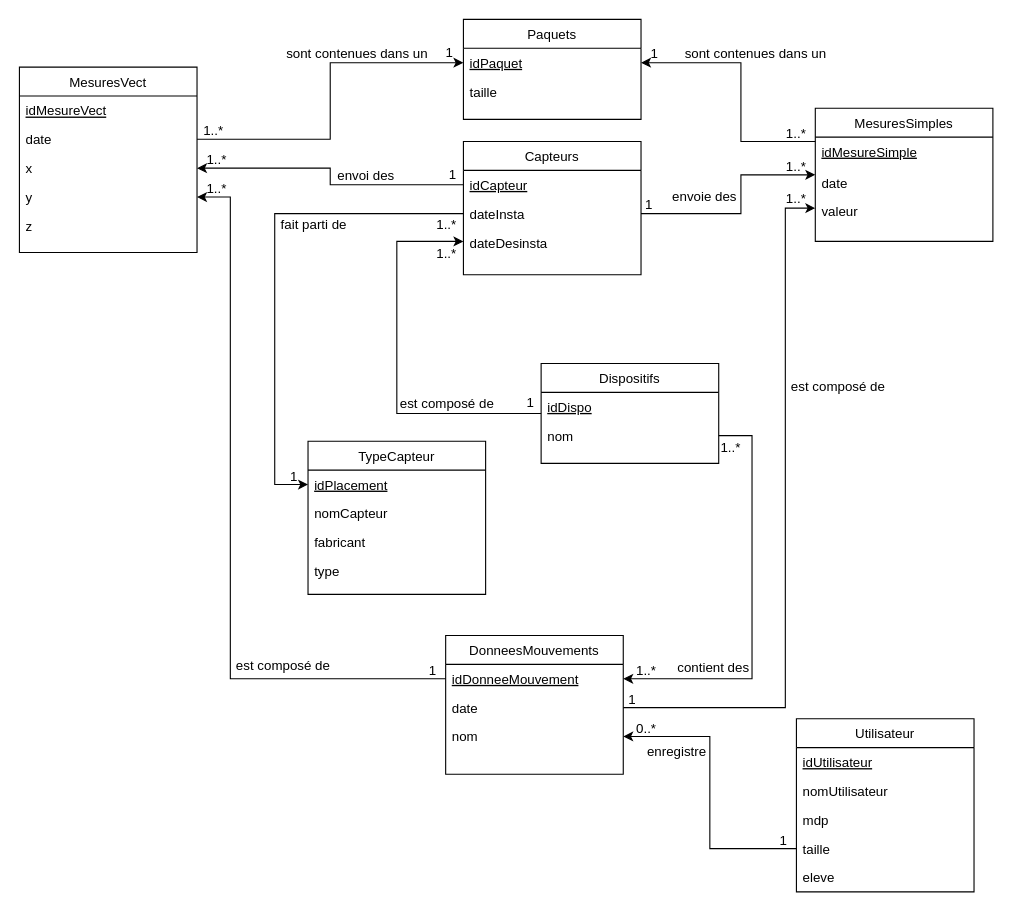
This is Schémas/schéma conceptuel.drawio from EnyoYoen/P2I-Gamers, a draw.io file, before an edit. Source tidied: cells renumbered, new cells numbered last; positions are measured from the earlier drawing's top-left corner, leaving out a move shared by most shapes. Both pictures are drawn from the tidied source at 111%, with x=0, y=0 at pixel (19, 19).
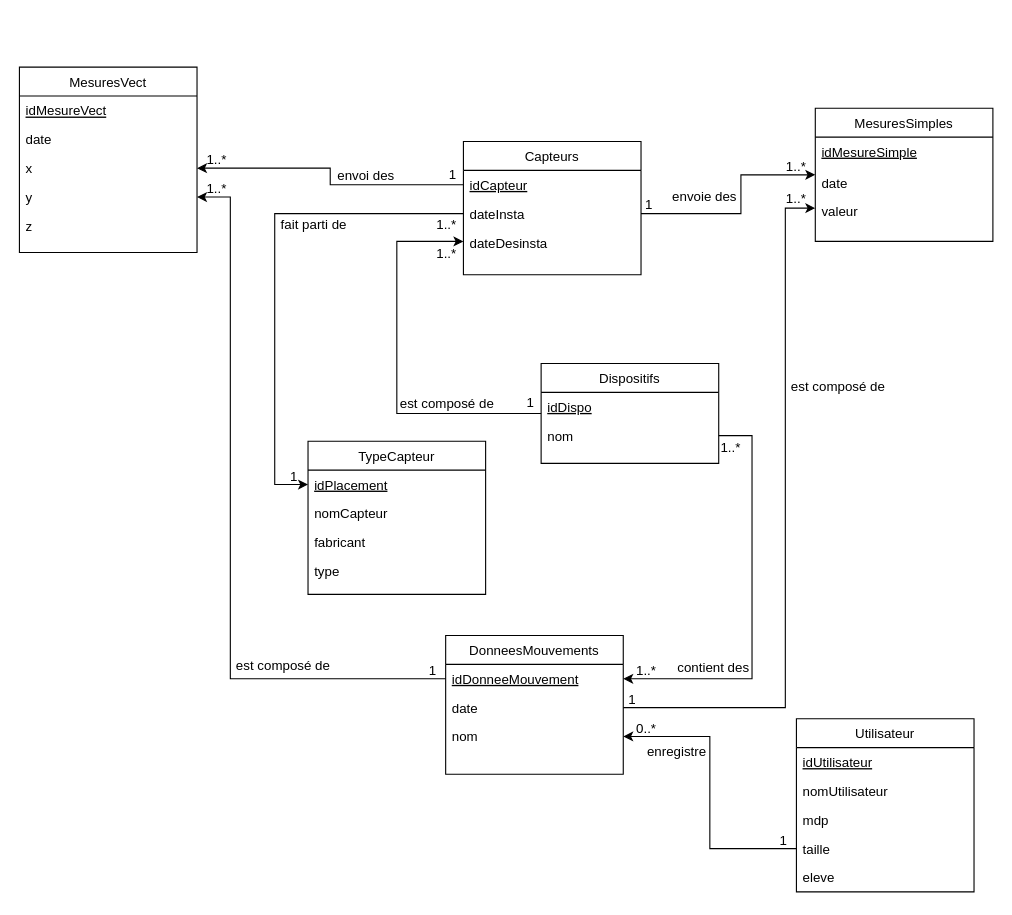
After the change.

The change refers to these unchanged cells:
```xml
<mxCell id="15" value="MesuresSimples" style="swimlane;fontStyle=0;align=center;verticalAlign=top;horizontal=1;startSize=26;rounded=0;shadow=0;strokeWidth=1;" parent="1" vertex="1">
  <mxGeometry x="717" y="80" width="160" height="120" as="geometry" />
</mxCell>
```

Diff of the diagram source:
```diff
@@
-    <mxCell id="6" value="Paquets" style="swimlane;fontStyle=0;align=center;verticalAlign=top;horizontal=1;startSize=26;rounded=0;shadow=0;strokeWidth=1;" parent="1" vertex="1">
-      <mxGeometry x="400" width="160" height="90" as="geometry" />
-    </mxCell>
-    <mxCell id="7" value="idPaquet" style="text;align=left;verticalAlign=top;spacingLeft=4;spacingRight=4;overflow=hidden;points=[[0,0.5],[1,0.5]];portConstraint=eastwest;fontStyle=4;" parent="6" vertex="1">
-      <mxGeometry y="26" width="160" height="26" as="geometry" />
-    </mxCell>
-    <mxCell id="8" value="taille" style="text;align=left;verticalAlign=top;spacingLeft=4;spacingRight=4;overflow=hidden;rounded=0;shadow=0;html=0;" parent="6" vertex="1">
-      <mxGeometry y="52" width="160" height="26" as="geometry" />
-    </mxCell>
@@
-    <mxCell id="38" style="endArrow=none;shadow=0;strokeWidth=1;rounded=0;endFill=0;edgeStyle=elbowEdgeStyle;entryX=0;entryY=0.25;entryDx=0;entryDy=0;exitX=1;exitY=0.5;exitDx=0;exitDy=0;strokeColor=default;startArrow=classic;startFill=1;" parent="1" edge="1" source="7" target="15">
-      <mxGeometry x="0.5" y="41" relative="1" as="geometry">
-        <Array as="points">
-          <mxPoint x="650" y="80" />
-        </Array>
-        <mxPoint x="-40" y="32" as="offset" />
-      </mxGeometry>
-    </mxCell>
-    <mxCell id="39" value="1" style="align=left;verticalAlign=bottom;labelBackgroundColor=none;fontSize=12;" parent="38" vertex="1">
-      <mxGeometry x="-1" relative="1" as="geometry">
-        <mxPoint x="7" as="offset" />
-      </mxGeometry>
-    </mxCell>
-    <mxCell id="40" value="1..*" style="align=right;verticalAlign=bottom;labelBackgroundColor=none;fontSize=12;" parent="38" vertex="1">
-      <mxGeometry x="1" relative="1" as="geometry">
-        <mxPoint x="-7" y="1" as="offset" />
-      </mxGeometry>
-    </mxCell>
-    <mxCell id="41" value="sont contenues dans un" style="text;html=1;align=center;verticalAlign=middle;labelBackgroundColor=none;rounded=0;shadow=0;strokeWidth=1;fontSize=12;" parent="38" vertex="1">
-      <mxGeometry x="0.5" y="49" relative="1" as="geometry">
-        <mxPoint x="2" y="-31" as="offset" />
-      </mxGeometry>
-    </mxCell>
-    <mxCell id="42" style="endArrow=classic;shadow=0;strokeWidth=1;rounded=0;endFill=1;edgeStyle=elbowEdgeStyle;entryX=0;entryY=0.5;entryDx=0;entryDy=0;exitX=1;exitY=0.5;exitDx=0;exitDy=0;strokeColor=default;startArrow=none;startFill=0;" parent="1" edge="1" target="7">
-      <mxGeometry x="0.5" y="41" relative="1" as="geometry">
-        <mxPoint x="160" y="108" as="sourcePoint" />
-        <mxPoint x="-40" y="32" as="offset" />
-      </mxGeometry>
-    </mxCell>
-    <mxCell id="43" value="1..*" style="align=left;verticalAlign=bottom;labelBackgroundColor=none;fontSize=12;" parent="42" vertex="1">
-      <mxGeometry x="-1" relative="1" as="geometry">
-        <mxPoint x="4" y="1" as="offset" />
-      </mxGeometry>
-    </mxCell>
-    <mxCell id="44" value="1" style="align=right;verticalAlign=bottom;labelBackgroundColor=none;fontSize=12;" parent="42" vertex="1">
-      <mxGeometry x="1" relative="1" as="geometry">
-        <mxPoint x="-8" y="-1" as="offset" />
-      </mxGeometry>
-    </mxCell>
-    <mxCell id="45" value="sont contenues dans un" style="text;html=1;align=center;verticalAlign=middle;labelBackgroundColor=none;rounded=0;shadow=0;strokeWidth=1;fontSize=12;" parent="42" vertex="1">
-      <mxGeometry x="0.5" y="49" relative="1" as="geometry">
-        <mxPoint x="-20" y="40" as="offset" />
-      </mxGeometry>
-    </mxCell>
```
